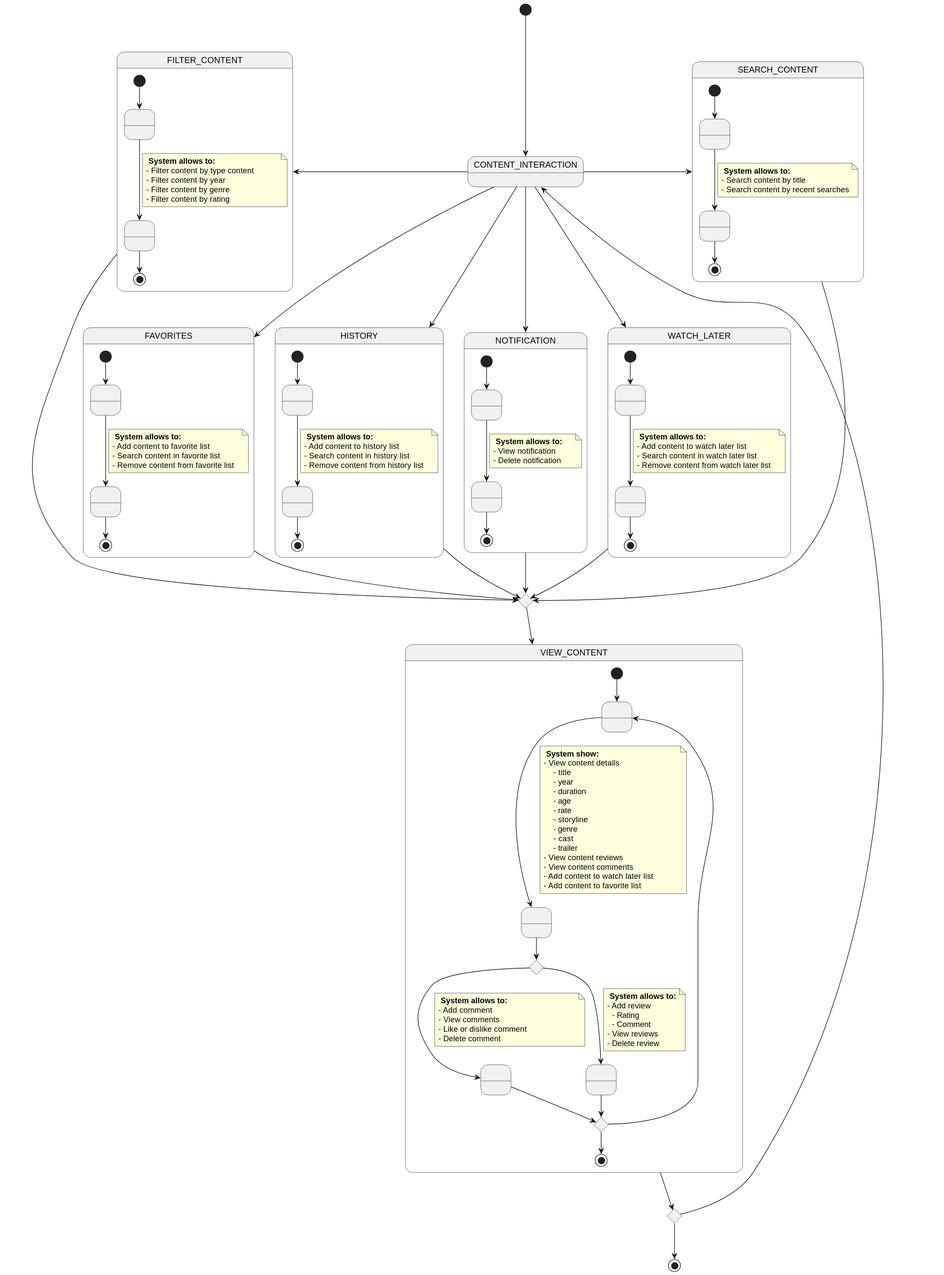
Earlier version of the PlantUML export images/docs/1-requeriments/2-use-cases-specifications/user/content-interaction.svg (vfred0/requeriments-flixxic). Source of this version:
```plantuml
@startuml content-interaction
[*] --> CONTENT_INTERACTION

state FILTER_CONTENT {
    state R1 as " "
    state R2 as " "
    [*] --> R1
    R1 --> R2
    note on link
        <b> System allows to:</b>
        - Filter content by type content
        - Filter content by year
        - Filter content by genre
        - Filter content by rating
    end note
    R2 --> [*]
}

state SEARCH_CONTENT {
    state S1 as " "
    state S2 as " "
    [*] --> S1
    S1 --> S2
    note on link
        <b> System allows to:</b>
        - Search content by title
        - Search content by recent searches
    end note
    S2 --> [*]
}

state VIEW_CONTENT {
    state V1 as " "
    state V2 as " "
    state V3 as " "
    state V4 as " "
    state commentOrReview as " " <<choice>>
    [*] --> V1
    V1 --> V2

    note on link
        <b> System show:</b>
        - View content details
            - title
            - year
            - duration
            - age
            - rate
            - storyline
            - genre
            - cast
            - trailer
        - View content reviews
        - View content comments
        - Add content to watch later list
        - Add content to favorite list
    end note

    V2 --> commentOrReview
    commentOrReview --> V3
    note on link
        <b> System allows to:</b>
        - Add comment
        - View comments
        - Like or dislike comment
        - Delete comment
    end note

    commentOrReview --> V4
    note on link
        <b> System allows to:</b>
        - Add review
          - Rating
          - Comment
        - View reviews
        - Delete review
    end note

    state unionCommentOrReview <<choice>>
    V3 --> unionCommentOrReview
    V4 --> unionCommentOrReview
    unionCommentOrReview --> V1
    unionCommentOrReview --> [*]
}

state WATCH_LATER {
    state W1 as " "
    state W2 as " "
    [*] --> W1
    W1 --> W2
    note on link
        <b> System allows to:</b>
        - Add content to watch later list
        - Search content in watch later list
        - Remove content from watch later list
    end note
    W2 --> [*]
}


state FAVORITES {
    state F1 as " "
    state F2 as " "
    [*] --> F1
    F1 --> F2
    note on link
        <b> System allows to:</b>
        - Add content to favorite list
        - Search content in favorite list
        - Remove content from favorite list
    end note
    F2 --> [*]

}

state HISTORY {
    state H1 as " "
    state H2 as " "
    [*] --> H1
    H1 --> H2
    note on link
        <b> System allows to:</b>
        - Add content to history list
        - Search content in history list
        - Remove content from history list
    end note
    H2 --> [*]
}

state NOTIFICATION {
    state N1 as " "
    state N2 as " "
    [*] --> N1
    N1 --> N2
    note on link
        <b> System allows to:</b>
        - View notification
        - Delete notification
    end note
    N2 --> [*]
}


CONTENT_INTERACTION -left-> FILTER_CONTENT
CONTENT_INTERACTION -right-> SEARCH_CONTENT
CONTENT_INTERACTION --> WATCH_LATER
CONTENT_INTERACTION --> FAVORITES
CONTENT_INTERACTION --> HISTORY
CONTENT_INTERACTION --> NOTIFICATION

state union <<choice>>

FILTER_CONTENT --> union
SEARCH_CONTENT --> union
WATCH_LATER --> union
FAVORITES --> union
HISTORY --> union
NOTIFICATION --> union

union --> VIEW_CONTENT

state finished <<choice>>

VIEW_CONTENT --> finished
finished --> [*]
finished --> CONTENT_INTERACTION

@enduml
```
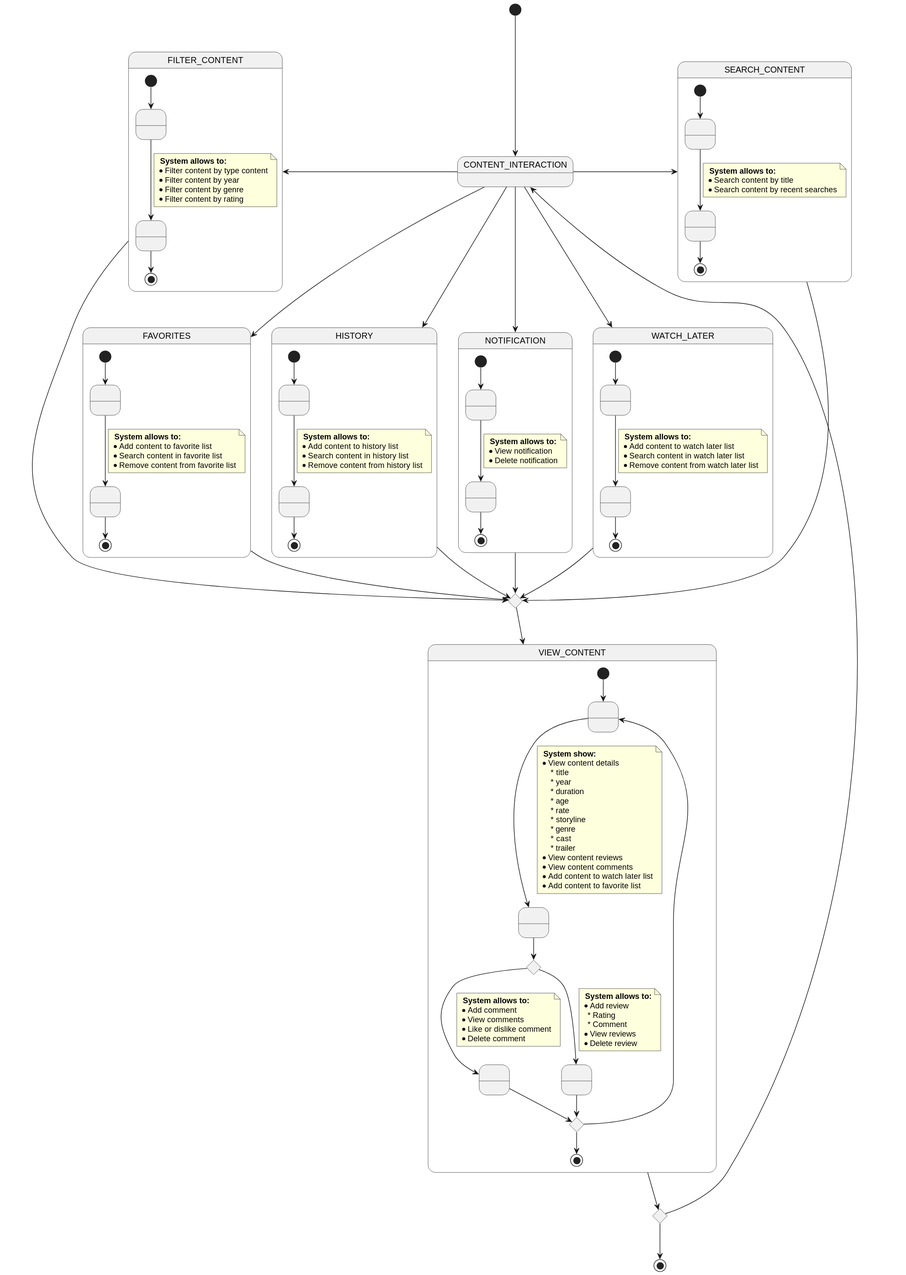
Later version of the same file.

Diff of the diagram source:
```diff
@@ -8,10 +8,10 @@
     R1 --> R2
     note on link
         <b> System allows to:</b>
-        - Filter content by type content
-        - Filter content by year
-        - Filter content by genre
-        - Filter content by rating
+        * Filter content by type content
+        * Filter content by year
+        * Filter content by genre
+        * Filter content by rating
     end note
     R2 --> [*]
 }
@@ -23,8 +23,8 @@
     S1 --> S2
     note on link
         <b> System allows to:</b>
-        - Search content by title
-        - Search content by recent searches
+        * Search content by title
+        * Search content by recent searches
     end note
     S2 --> [*]
 }
@@ -40,40 +40,40 @@
 
     note on link
         <b> System show:</b>
-        - View content details
-            - title
-            - year
-            - duration
-            - age
-            - rate
-            - storyline
-            - genre
-            - cast
-            - trailer
-        - View content reviews
-        - View content comments
-        - Add content to watch later list
-        - Add content to favorite list
+        * View content details
+            * title
+            * year
+            * duration
+            * age
+            * rate
+            * storyline
+            * genre
+            * cast
+            * trailer
+        * View content reviews
+        * View content comments
+        * Add content to watch later list
+        * Add content to favorite list
     end note
 
     V2 --> commentOrReview
     commentOrReview --> V3
     note on link
         <b> System allows to:</b>
-        - Add comment
-        - View comments
-        - Like or dislike comment
-        - Delete comment
+        * Add comment
+        * View comments
+        * Like or dislike comment
+        * Delete comment
     end note
 
     commentOrReview --> V4
     note on link
         <b> System allows to:</b>
-        - Add review
-          - Rating
-          - Comment
-        - View reviews
-        - Delete review
+        * Add review
+          * Rating
+          * Comment
+        * View reviews
+        * Delete review
     end note
 
     state unionCommentOrReview <<choice>>
@@ -90,9 +90,9 @@
     W1 --> W2
     note on link
         <b> System allows to:</b>
-        - Add content to watch later list
-        - Search content in watch later list
-        - Remove content from watch later list
+        * Add content to watch later list
+        * Search content in watch later list
+        * Remove content from watch later list
     end note
     W2 --> [*]
 }
@@ -105,9 +105,9 @@
     F1 --> F2
     note on link
         <b> System allows to:</b>
-        - Add content to favorite list
-        - Search content in favorite list
-        - Remove content from favorite list
+        * Add content to favorite list
+        * Search content in favorite list
+        * Remove content from favorite list
     end note
     F2 --> [*]
 
@@ -120,9 +120,9 @@
     H1 --> H2
     note on link
         <b> System allows to:</b>
-        - Add content to history list
-        - Search content in history list
-        - Remove content from history list
+        * Add content to history list
+        * Search content in history list
+        * Remove content from history list
     end note
     H2 --> [*]
 }
@@ -134,8 +134,8 @@
     N1 --> N2
     note on link
         <b> System allows to:</b>
-        - View notification
-        - Delete notification
+        * View notification
+        * Delete notification
     end note
     N2 --> [*]
 }
```
